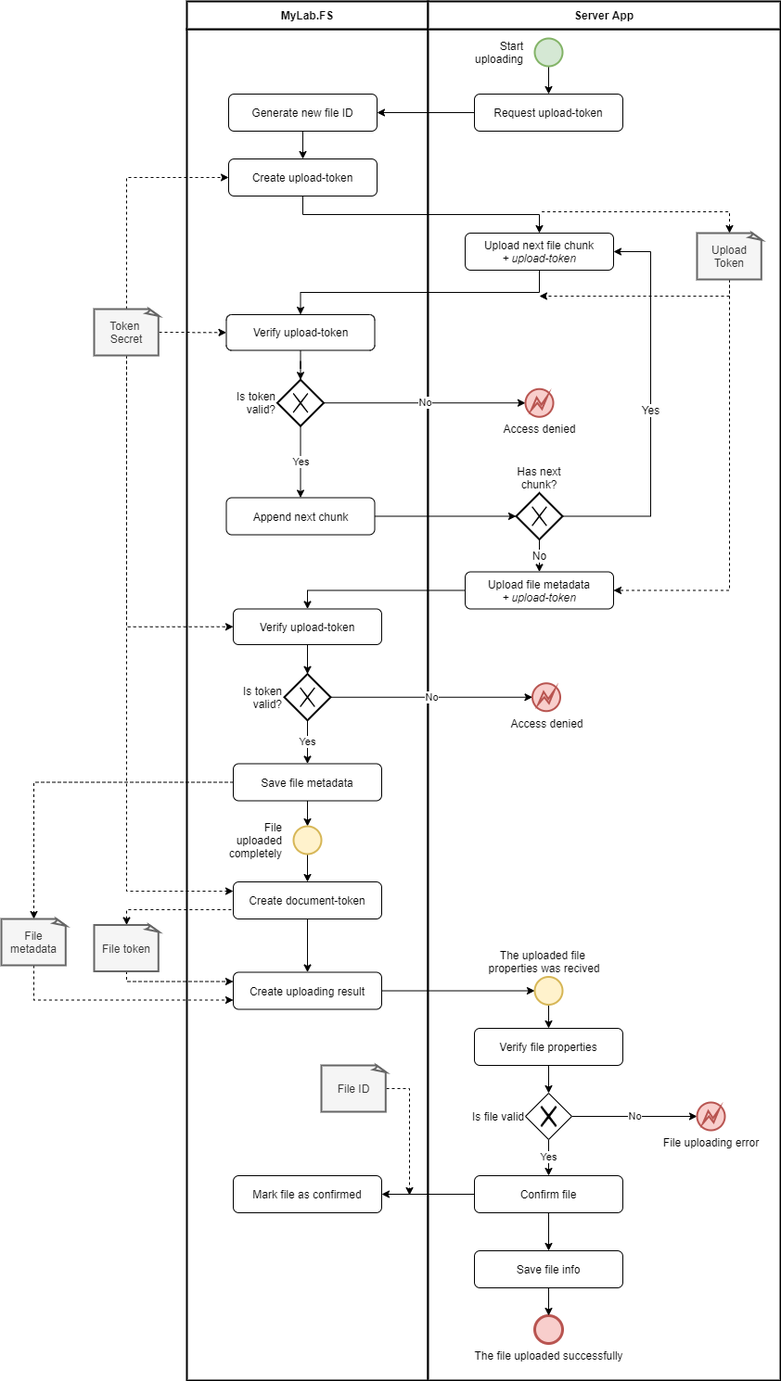
The draw.io diagram doc/diagramms/mylab-fs-trusted-uploading.png in mylab-tools/file-storage, before a commit. Source tidied: cells renumbered, new cells last; positions are measured from the earlier drawing's top-left corner, leaving out a move shared by most shapes.
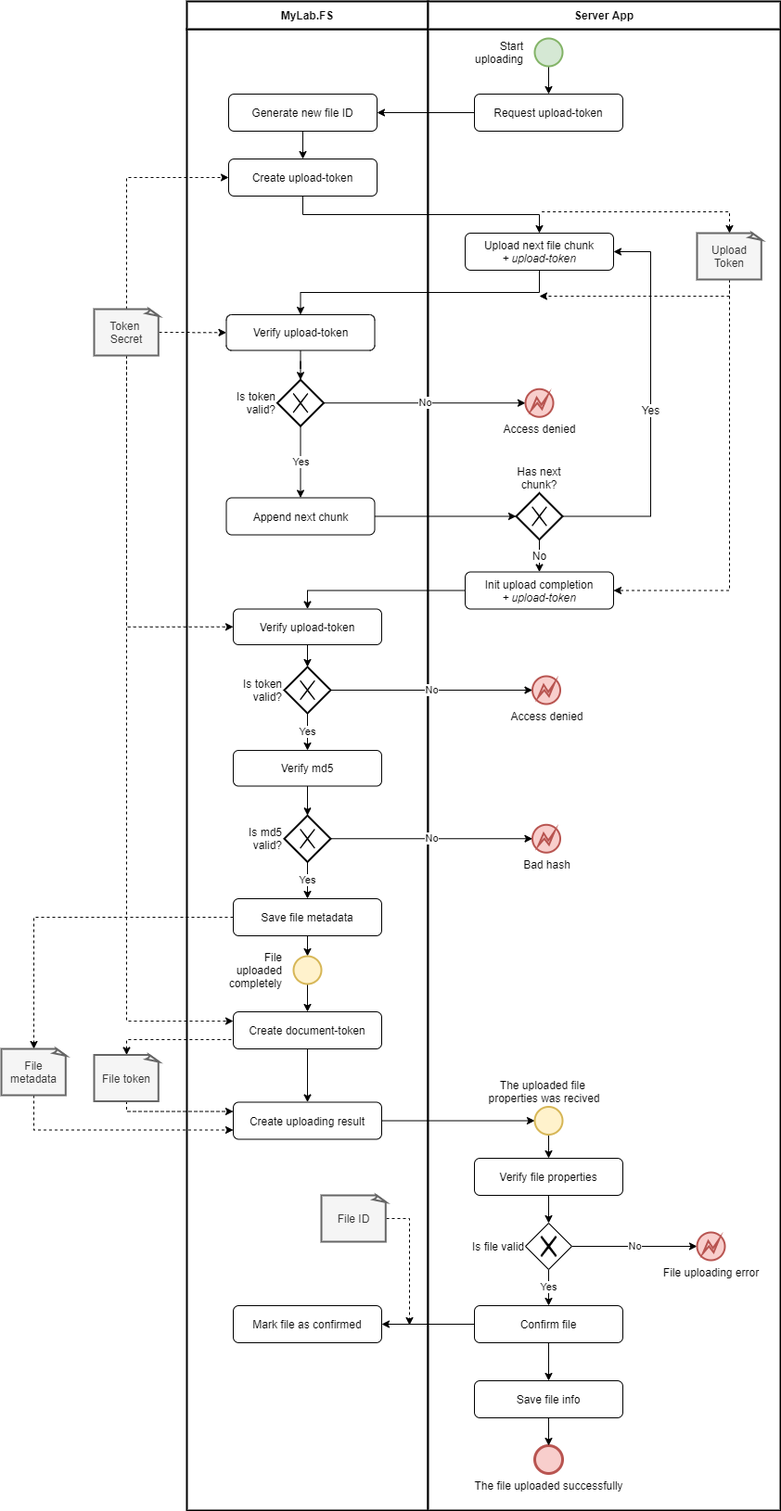
The same diagram one commit later.

The edit, as a diff of the source:
```diff
@@ -3,13 +3,13 @@
     <mxCell id="0" />
     <mxCell id="1" parent="0" />
     <mxCell id="2" style="rounded=0;whiteSpace=wrap;html=1;strokeWidth=2;fontSize=12;align=center;" parent="1" vertex="1">
-      <mxGeometry x="200" y="30" width="260" height="1458" as="geometry" />
+      <mxGeometry x="200" y="30" width="260" height="1598" as="geometry" />
     </mxCell>
     <mxCell id="3" value="&lt;b&gt;MyLab.FS&lt;/b&gt;" style="rounded=0;whiteSpace=wrap;html=1;strokeWidth=2;fontSize=12;align=center;" parent="1" vertex="1">
       <mxGeometry x="200" width="260" height="30" as="geometry" />
     </mxCell>
     <mxCell id="4" style="rounded=0;whiteSpace=wrap;html=1;strokeWidth=2;fontSize=12;align=center;" parent="1" vertex="1">
-      <mxGeometry x="460" y="30" width="380" height="1458" as="geometry" />
+      <mxGeometry x="460" y="30" width="380" height="1598" as="geometry" />
     </mxCell>
     <mxCell id="5" value="&lt;b&gt;Server App&lt;/b&gt;" style="rounded=0;whiteSpace=wrap;html=1;strokeWidth=2;fontSize=12;align=center;" parent="1" vertex="1">
       <mxGeometry x="460" width="380" height="30" as="geometry" />
@@ -70,29 +70,29 @@
     <mxCell id="22" style="edgeStyle=orthogonalEdgeStyle;rounded=0;jettySize=auto;html=1;entryX=0.5;entryY=0;entryDx=0;entryDy=0;startArrow=none;startFill=0;endArrow=classic;endFill=1;strokeWidth=1;fontSize=12;" parent="1" edge="1" source="23" target="59">
       <mxGeometry relative="1" as="geometry" />
     </mxCell>
-    <mxCell id="23" value="Upload file metadata&lt;br&gt;&lt;i&gt;+ upload-token&lt;/i&gt;" style="rounded=1;whiteSpace=wrap;html=1;strokeWidth=1;fontSize=12;align=center;" parent="1" vertex="1">
+    <mxCell id="23" value="Init upload completion&lt;br&gt;&lt;i&gt;+ upload-token&lt;/i&gt;" style="rounded=1;whiteSpace=wrap;html=1;strokeWidth=1;fontSize=12;align=center;" parent="1" vertex="1">
       <mxGeometry x="500" y="615.5" width="160" height="40" as="geometry" />
     </mxCell>
-    <mxCell id="24" style="edgeStyle=orthogonalEdgeStyle;rounded=0;jettySize=auto;html=1;startArrow=none;startFill=0;endArrow=classic;endFill=1;strokeWidth=1;fontSize=12;entryX=0.5;entryY=0;entryDx=0;entryDy=0;" parent="1" edge="1" source="26" target="41">
+    <mxCell id="24" style="edgeStyle=orthogonalEdgeStyle;rounded=0;jettySize=auto;html=1;startArrow=none;startFill=0;endArrow=classic;endFill=1;strokeWidth=1;fontSize=12;entryX=0.5;entryY=0;entryDx=0;entryDy=0;exitX=0.5;exitY=1;exitDx=0;exitDy=0;" parent="1" edge="1" source="26" target="41">
       <mxGeometry relative="1" as="geometry" />
     </mxCell>
-    <mxCell id="25" style="edgeStyle=orthogonalEdgeStyle;rounded=0;jettySize=auto;html=1;entryX=0.5;entryY=0;entryDx=0;entryDy=0;entryPerimeter=0;startArrow=none;startFill=0;endArrow=classic;endFill=1;strokeWidth=1;fontSize=12;dashed=1;" parent="1" edge="1" source="26" target="38">
+    <mxCell id="25" style="edgeStyle=orthogonalEdgeStyle;rounded=0;jettySize=auto;html=1;entryX=0.5;entryY=0;entryDx=0;entryDy=0;entryPerimeter=0;startArrow=none;startFill=0;endArrow=classic;endFill=1;strokeWidth=1;fontSize=12;dashed=1;exitX=0;exitY=0.5;exitDx=0;exitDy=0;" parent="1" edge="1" source="26" target="38">
       <mxGeometry relative="1" as="geometry" />
     </mxCell>
     <mxCell id="26" value="Save file metadata" style="rounded=1;whiteSpace=wrap;html=1;strokeWidth=1;fontSize=12;align=center;" parent="1" vertex="1">
-      <mxGeometry x="250" y="822.5" width="160" height="40" as="geometry" />
+      <mxGeometry x="250" y="968" width="160" height="40" as="geometry" />
     </mxCell>
     <mxCell id="27" style="edgeStyle=orthogonalEdgeStyle;rounded=0;jettySize=auto;html=1;startArrow=none;startFill=0;endArrow=classic;endFill=1;strokeWidth=1;fontSize=12;" parent="1" edge="1" source="28" target="30">
       <mxGeometry relative="1" as="geometry" />
     </mxCell>
     <mxCell id="28" value="Create document-token" style="rounded=1;whiteSpace=wrap;html=1;strokeWidth=1;fontSize=12;align=center;" parent="1" vertex="1">
-      <mxGeometry x="250" y="950" width="160" height="40" as="geometry" />
+      <mxGeometry x="250" y="1090" width="160" height="40" as="geometry" />
     </mxCell>
     <mxCell id="29" style="edgeStyle=orthogonalEdgeStyle;rounded=0;jettySize=auto;html=1;entryX=0;entryY=0.5;entryDx=0;entryDy=0;startArrow=none;startFill=0;endArrow=classic;endFill=1;strokeWidth=1;fontSize=12;" parent="1" edge="1" source="30" target="43">
       <mxGeometry relative="1" as="geometry" />
     </mxCell>
     <mxCell id="30" value="Create uploading result" style="rounded=1;whiteSpace=wrap;html=1;strokeWidth=1;fontSize=12;align=center;" parent="1" vertex="1">
-      <mxGeometry x="250" y="1047.5" width="160" height="40" as="geometry" />
+      <mxGeometry x="250" y="1187.5" width="160" height="40" as="geometry" />
     </mxCell>
     <mxCell id="31" style="edgeStyle=orthogonalEdgeStyle;rounded=0;jettySize=auto;html=1;startArrow=none;startFill=0;endArrow=classic;endFill=1;strokeWidth=1;fontSize=12;dashed=1;exitX=0.5;exitY=1;exitDx=0;exitDy=0;exitPerimeter=0;" parent="1" edge="1" source="33">
       <mxGeometry relative="1" as="geometry">
@@ -111,25 +111,25 @@
     <mxCell id="34" style="edgeStyle=orthogonalEdgeStyle;rounded=0;jettySize=auto;html=1;entryX=0;entryY=0.25;entryDx=0;entryDy=0;startArrow=none;startFill=0;endArrow=classic;endFill=1;strokeWidth=1;fontSize=12;dashed=1;exitX=0.5;exitY=1;exitDx=0;exitDy=0;exitPerimeter=0;" parent="1" edge="1" source="36" target="30">
       <mxGeometry relative="1" as="geometry">
         <Array as="points">
-          <mxPoint x="135" y="1058" />
+          <mxPoint x="135" y="1198" />
         </Array>
       </mxGeometry>
     </mxCell>
     <mxCell id="35" style="edgeStyle=orthogonalEdgeStyle;rounded=0;jettySize=auto;html=1;entryX=0;entryY=0.75;entryDx=0;entryDy=0;dashed=1;startArrow=classic;startFill=1;endArrow=none;endFill=0;strokeWidth=1;fontSize=12;exitX=0.5;exitY=0;exitDx=0;exitDy=0;exitPerimeter=0;" parent="1" edge="1" source="36" target="28">
       <mxGeometry relative="1" as="geometry">
         <Array as="points">
-          <mxPoint x="135" y="980" />
+          <mxPoint x="135" y="1120" />
         </Array>
       </mxGeometry>
     </mxCell>
     <mxCell id="36" value="File token" style="whiteSpace=wrap;html=1;shape=mxgraph.basic.document;strokeWidth=2;fontSize=12;align=center;fillColor=#f5f5f5;strokeColor=#666666;fontColor=#333333;" parent="1" vertex="1">
-      <mxGeometry x="100" y="996.5" width="70" height="50" as="geometry" />
+      <mxGeometry x="100" y="1136.5" width="70" height="50" as="geometry" />
     </mxCell>
     <mxCell id="37" style="edgeStyle=orthogonalEdgeStyle;rounded=0;jettySize=auto;html=1;entryX=0;entryY=0.75;entryDx=0;entryDy=0;startArrow=none;startFill=0;endArrow=classic;endFill=1;strokeWidth=1;fontSize=12;dashed=1;exitX=0.5;exitY=1;exitDx=0;exitDy=0;exitPerimeter=0;" parent="1" edge="1" source="38" target="30">
       <mxGeometry relative="1" as="geometry" />
     </mxCell>
     <mxCell id="38" value="File metadata" style="whiteSpace=wrap;html=1;shape=mxgraph.basic.document;strokeWidth=2;fontSize=12;align=center;fillColor=#f5f5f5;strokeColor=#666666;fontColor=#333333;" parent="1" vertex="1">
-      <mxGeometry y="990" width="70" height="50" as="geometry" />
+      <mxGeometry y="1130" width="70" height="50" as="geometry" />
     </mxCell>
     <mxCell id="39" style="edgeStyle=orthogonalEdgeStyle;rounded=0;jettySize=auto;html=1;startArrow=classic;startFill=1;endArrow=none;endFill=0;strokeWidth=1;fontSize=12;dashed=1;exitX=0.5;exitY=0;exitDx=0;exitDy=0;exitPerimeter=0;" parent="1" edge="1" source="33">
       <mxGeometry relative="1" as="geometry">
@@ -143,18 +143,18 @@
       <mxGeometry relative="1" as="geometry" />
     </mxCell>
     <mxCell id="41" value="File uploaded completely" style="ellipse;html=1;strokeColor=#d6b656;strokeWidth=2;fillColor=#fff2cc;fontSize=12;align=right;labelPosition=left;verticalLabelPosition=middle;verticalAlign=middle;whiteSpace=wrap;spacingRight=10;" parent="1" vertex="1">
-      <mxGeometry x="315" y="890" width="30" height="30" as="geometry" />
+      <mxGeometry x="315" y="1030" width="30" height="30" as="geometry" />
     </mxCell>
     <mxCell id="42" style="edgeStyle=orthogonalEdgeStyle;rounded=0;jettySize=auto;html=1;entryX=0.5;entryY=0;entryDx=0;entryDy=0;" parent="1" edge="1" source="43" target="63">
       <mxGeometry relative="1" as="geometry" />
     </mxCell>
     <mxCell id="43" value="The uploaded file &lt;br&gt;properties was recived" style="ellipse;html=1;strokeColor=#d6b656;strokeWidth=2;fillColor=#fff2cc;fontSize=12;align=center;labelPosition=center;verticalLabelPosition=top;verticalAlign=bottom;spacingRight=10;" parent="1" vertex="1">
-      <mxGeometry x="575" y="1052.5" width="30" height="30" as="geometry" />
+      <mxGeometry x="575" y="1192.5" width="30" height="30" as="geometry" />
     </mxCell>
     <mxCell id="44" style="edgeStyle=orthogonalEdgeStyle;rounded=0;jettySize=auto;html=1;entryX=0;entryY=0.25;entryDx=0;entryDy=0;startArrow=none;startFill=0;endArrow=classic;endFill=1;strokeWidth=1;fontSize=12;dashed=1;" parent="1" edge="1" source="47" target="28">
       <mxGeometry relative="1" as="geometry">
         <Array as="points">
-          <mxPoint x="135" y="960" />
+          <mxPoint x="135" y="1100" />
         </Array>
       </mxGeometry>
     </mxCell>
@@ -172,7 +172,7 @@
       <mxGeometry x="100" y="332" width="70" height="50" as="geometry" />
     </mxCell>
     <mxCell id="48" value="&lt;span style=&quot;&quot;&gt;The file uploaded successfully&lt;/span&gt;" style="shape=mxgraph.bpmn.shape;html=1;verticalLabelPosition=bottom;labelBackgroundColor=none;verticalAlign=top;align=center;perimeter=ellipsePerimeter;outlineConnect=0;outline=end;symbol=general;strokeColor=#b85450;strokeWidth=1;fillColor=#f8cecc;fontSize=12;" parent="1" vertex="1">
-      <mxGeometry x="575" y="1418" width="30" height="30" as="geometry" />
+      <mxGeometry x="575" y="1558" width="30" height="30" as="geometry" />
     </mxCell>
     <mxCell id="49" value="Yes" style="edgeStyle=orthogonalEdgeStyle;rounded=0;jettySize=auto;html=1;entryX=0.5;entryY=0;entryDx=0;entryDy=0;" parent="1" edge="1" source="50" target="18">
       <mxGeometry relative="1" as="geometry" />
@@ -192,11 +192,11 @@
     <mxCell id="54" value="Access denied" style="shape=mxgraph.bpmn.shape;html=1;verticalLabelPosition=bottom;labelBackgroundColor=#ffffff;verticalAlign=top;align=center;perimeter=ellipsePerimeter;outlineConnect=0;outline=eventInt;symbol=error;strokeColor=#b85450;strokeWidth=2;fillColor=#f8cecc;fontSize=12;" parent="1" vertex="1">
       <mxGeometry x="565" y="418.2" width="30" height="30" as="geometry" />
     </mxCell>
-    <mxCell id="55" value="Yes" style="edgeStyle=orthogonalEdgeStyle;rounded=0;jettySize=auto;html=1;entryX=0.5;entryY=0;entryDx=0;entryDy=0;" parent="1" edge="1" source="56" target="26">
-      <mxGeometry relative="1" as="geometry" />
-    </mxCell>
+    <mxCell id="75" value="Yes" style="edgeStyle=orthogonalEdgeStyle;rounded=0;jettySize=auto;html=1;" parent="1" edge="1" source="56" target="79">
+      <mxGeometry relative="1" as="geometry" />
+    </mxCell>
     <mxCell id="56" value="&lt;span style=&quot;white-space: normal ; background-color: rgb(255 , 255 , 255)&quot;&gt;Is token valid?&lt;/span&gt;" style="shape=mxgraph.bpmn.shape;html=1;verticalLabelPosition=middle;labelBackgroundColor=#ffffff;verticalAlign=middle;align=right;perimeter=rhombusPerimeter;background=gateway;outlineConnect=0;outline=none;symbol=exclusiveGw;strokeWidth=2;fontSize=12;labelPosition=left;whiteSpace=wrap;" parent="1" vertex="1">
-      <mxGeometry x="305" y="725.8" width="50" height="50" as="geometry" />
+      <mxGeometry x="305" y="718" width="50" height="50" as="geometry" />
     </mxCell>
     <mxCell id="57" value="No" style="edgeStyle=orthogonalEdgeStyle;rounded=0;jettySize=auto;html=1;entryX=0;entryY=0.5;entryDx=0;entryDy=0;exitX=1;exitY=0.5;exitDx=0;exitDy=0;" parent="1" edge="1" source="56" target="60">
       <mxGeometry relative="1" as="geometry" />
@@ -208,7 +208,7 @@
       <mxGeometry x="250" y="655.5" width="160" height="38.5" as="geometry" />
     </mxCell>
     <mxCell id="60" value="Access denied" style="shape=mxgraph.bpmn.shape;html=1;verticalLabelPosition=bottom;labelBackgroundColor=#ffffff;verticalAlign=top;align=center;perimeter=ellipsePerimeter;outlineConnect=0;outline=eventInt;symbol=error;strokeColor=#b85450;strokeWidth=2;fillColor=#f8cecc;fontSize=12;" parent="1" vertex="1">
-      <mxGeometry x="572.5" y="735.8" width="30" height="30" as="geometry" />
+      <mxGeometry x="572.5" y="728" width="30" height="30" as="geometry" />
     </mxCell>
     <mxCell id="61" value="No" style="edgeStyle=orthogonalEdgeStyle;rounded=0;jettySize=auto;html=1;exitX=1;exitY=0.5;exitDx=0;exitDy=0;" parent="1" edge="1" source="65" target="66">
       <mxGeometry relative="1" as="geometry" />
@@ -217,16 +217,16 @@
       <mxGeometry relative="1" as="geometry" />
     </mxCell>
     <mxCell id="63" value="Verify file properties" style="rounded=1;whiteSpace=wrap;html=1;strokeWidth=1;fontSize=12;align=center;" parent="1" vertex="1">
-      <mxGeometry x="510" y="1108" width="160" height="40" as="geometry" />
+      <mxGeometry x="510" y="1248" width="160" height="40" as="geometry" />
     </mxCell>
     <mxCell id="64" value="Yes" style="edgeStyle=orthogonalEdgeStyle;rounded=0;jettySize=auto;html=1;entryX=0.5;entryY=0;entryDx=0;entryDy=0;" parent="1" edge="1" source="65" target="69">
       <mxGeometry relative="1" as="geometry" />
     </mxCell>
     <mxCell id="65" value="Is file valid" style="shape=mxgraph.bpmn.shape;html=1;verticalLabelPosition=middle;labelBackgroundColor=#ffffff;verticalAlign=middle;align=right;perimeter=rhombusPerimeter;background=gateway;outlineConnect=0;outline=none;symbol=exclusiveGw;labelPosition=left;" parent="1" vertex="1">
-      <mxGeometry x="565" y="1178" width="50" height="50" as="geometry" />
+      <mxGeometry x="565" y="1318" width="50" height="50" as="geometry" />
     </mxCell>
     <mxCell id="66" value="File uploading error" style="shape=mxgraph.bpmn.shape;html=1;verticalLabelPosition=bottom;labelBackgroundColor=#ffffff;verticalAlign=top;align=center;perimeter=ellipsePerimeter;outlineConnect=0;outline=eventInt;symbol=error;strokeColor=#b85450;strokeWidth=2;fillColor=#f8cecc;fontSize=12;" parent="1" vertex="1">
-      <mxGeometry x="750" y="1188" width="30" height="30" as="geometry" />
+      <mxGeometry x="750" y="1328" width="30" height="30" as="geometry" />
     </mxCell>
     <mxCell id="67" style="edgeStyle=orthogonalEdgeStyle;rounded=0;jettySize=auto;html=1;" parent="1" edge="1" source="69" target="70">
       <mxGeometry relative="1" as="geometry" />
@@ -235,24 +235,42 @@
       <mxGeometry relative="1" as="geometry" />
     </mxCell>
     <mxCell id="69" value="Confirm file" style="rounded=1;whiteSpace=wrap;html=1;strokeWidth=1;fontSize=12;align=center;" parent="1" vertex="1">
-      <mxGeometry x="510" y="1267" width="160" height="40" as="geometry" />
+      <mxGeometry x="510" y="1407" width="160" height="40" as="geometry" />
     </mxCell>
     <mxCell id="70" value="Mark file as confirmed" style="rounded=1;whiteSpace=wrap;html=1;strokeWidth=1;fontSize=12;align=center;" parent="1" vertex="1">
-      <mxGeometry x="250" y="1267" width="160" height="40" as="geometry" />
+      <mxGeometry x="250" y="1407" width="160" height="40" as="geometry" />
     </mxCell>
     <mxCell id="71" style="edgeStyle=orthogonalEdgeStyle;rounded=0;jettySize=auto;html=1;dashed=1;" parent="1" edge="1" source="72">
       <mxGeometry relative="1" as="geometry">
-        <mxPoint x="440" y="1288" as="targetPoint" />
+        <mxPoint x="440" y="1428" as="targetPoint" />
       </mxGeometry>
     </mxCell>
     <mxCell id="72" value="File ID" style="whiteSpace=wrap;html=1;shape=mxgraph.basic.document;strokeWidth=2;fontSize=12;align=center;fillColor=#f5f5f5;strokeColor=#666666;fontColor=#333333;" parent="1" vertex="1">
-      <mxGeometry x="345" y="1148" width="70" height="50" as="geometry" />
+      <mxGeometry x="345" y="1288" width="70" height="50" as="geometry" />
     </mxCell>
     <mxCell id="73" style="edgeStyle=orthogonalEdgeStyle;rounded=0;jettySize=auto;html=1;entryX=0.5;entryY=0;entryDx=0;entryDy=0;" parent="1" edge="1" source="74" target="48">
       <mxGeometry relative="1" as="geometry" />
     </mxCell>
     <mxCell id="74" value="Save file info" style="rounded=1;whiteSpace=wrap;html=1;strokeWidth=1;fontSize=12;align=center;" parent="1" vertex="1">
-      <mxGeometry x="510" y="1348" width="160" height="40" as="geometry" />
+      <mxGeometry x="510" y="1488" width="160" height="40" as="geometry" />
     </mxCell>
+    <mxCell id="55" value="Yes" style="edgeStyle=orthogonalEdgeStyle;rounded=0;jettySize=auto;html=1;entryX=0.5;entryY=0;entryDx=0;entryDy=0;" parent="1" edge="1" source="76" target="26">
+      <mxGeometry relative="1" as="geometry" />
+    </mxCell>
+    <mxCell id="76" value="&lt;span style=&quot;white-space: normal ; background-color: rgb(255 , 255 , 255)&quot;&gt;Is md5 valid?&lt;/span&gt;" style="shape=mxgraph.bpmn.shape;html=1;verticalLabelPosition=middle;labelBackgroundColor=#ffffff;verticalAlign=middle;align=right;perimeter=rhombusPerimeter;background=gateway;outlineConnect=0;outline=none;symbol=exclusiveGw;strokeWidth=2;fontSize=12;labelPosition=left;whiteSpace=wrap;" parent="1" vertex="1">
+      <mxGeometry x="305" y="878.2" width="50" height="50" as="geometry" />
+    </mxCell>
+    <mxCell id="77" value="No" style="edgeStyle=orthogonalEdgeStyle;rounded=0;jettySize=auto;html=1;entryX=0;entryY=0.5;entryDx=0;entryDy=0;exitX=1;exitY=0.5;exitDx=0;exitDy=0;" parent="1" edge="1" source="76" target="80">
+      <mxGeometry relative="1" as="geometry" />
+    </mxCell>
+    <mxCell id="78" style="edgeStyle=orthogonalEdgeStyle;rounded=0;jettySize=auto;html=1;entryX=0.5;entryY=0;entryDx=0;entryDy=0;" parent="1" edge="1" source="79" target="76">
+      <mxGeometry relative="1" as="geometry" />
+    </mxCell>
+    <mxCell id="79" value="Verify md5" style="rounded=1;whiteSpace=wrap;html=1;strokeWidth=1;fontSize=12;align=center;" parent="1" vertex="1">
+      <mxGeometry x="250" y="808" width="160" height="38.5" as="geometry" />
+    </mxCell>
+    <mxCell id="80" value="Bad hash" style="shape=mxgraph.bpmn.shape;html=1;verticalLabelPosition=bottom;labelBackgroundColor=#ffffff;verticalAlign=top;align=center;perimeter=ellipsePerimeter;outlineConnect=0;outline=eventInt;symbol=error;strokeColor=#b85450;strokeWidth=2;fillColor=#f8cecc;fontSize=12;" parent="1" vertex="1">
+      <mxGeometry x="572.5" y="888.2" width="30" height="30" as="geometry" />
+    </mxCell>
   </root>
 </mxGraphModel>
```
